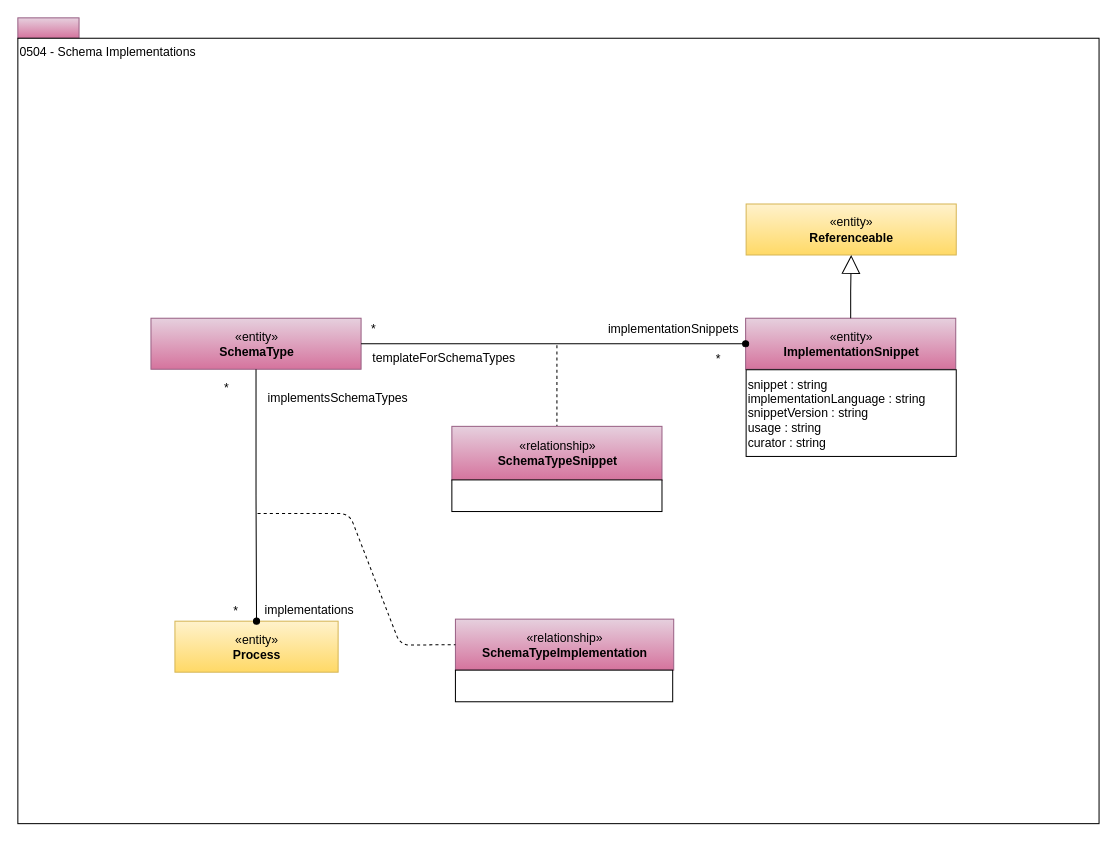
Before: page "0504-Implementation-Snippets" (4 of 34) of site/docs/types/5/area-5-models-and-schema.drawio in odpi/egeria-docs, a draw.io diagram. Source tidied: cells renumbered, new cells numbered last; positions are measured from the earlier drawing's top-left corner, leaving out a move shared by most shapes. Both pictures are drawn from the tidied source at 102%, with x=0, y=0 at pixel (17, 17).
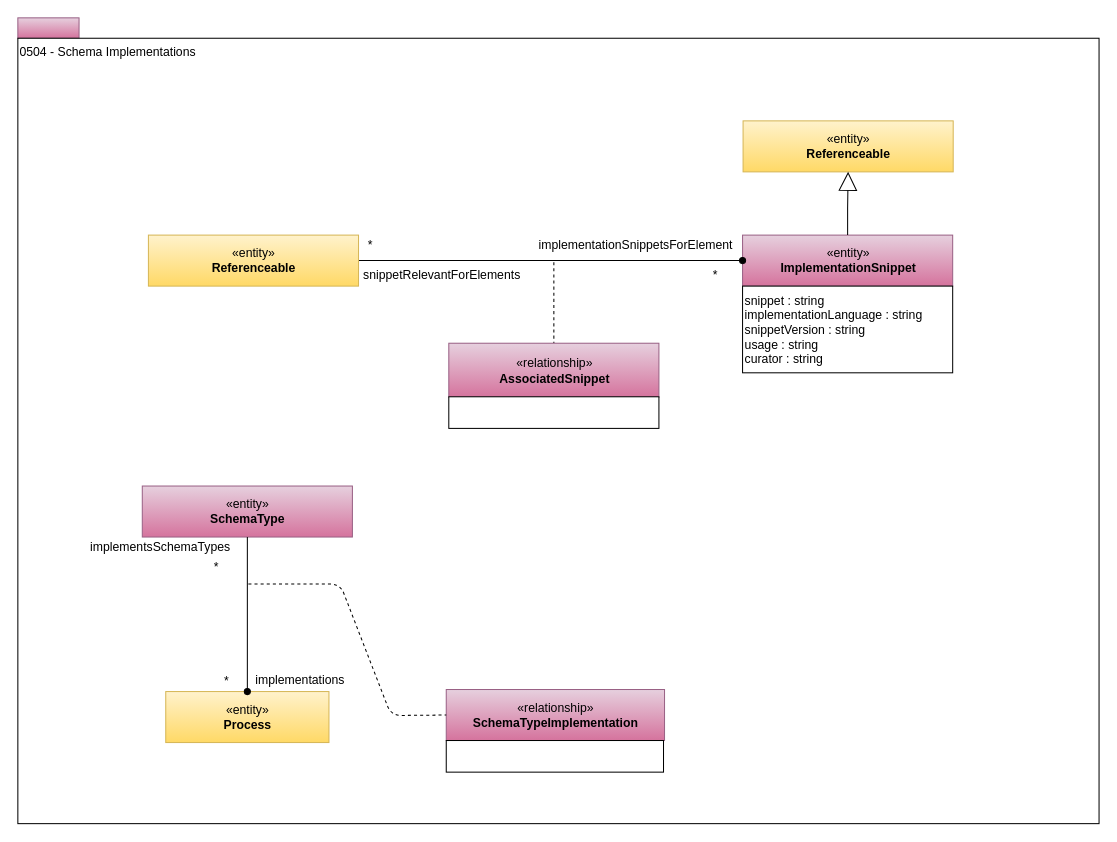
Above is the later version.

The change refers to these unchanged cells:
```xml
<mxCell id="11" style="group;" parent="1" vertex="1">
  <mxGeometry x="713.5" y="294.5" width="206.5" height="135.5" as="geometry" />
</mxCell>
```

Diff of the diagram source:
```diff
@@
     <mxCell id="4" value="«entity»&lt;br&gt;&lt;b&gt;SchemaType&lt;/b&gt;" style="html=1;strokeColor=#996185;align=center;fillColor=#e6d0de;gradientColor=#d5739d;" parent="1" vertex="1">
-      <mxGeometry x="130.5" y="294.5" width="206" height="50" as="geometry" />
+      <mxGeometry x="122" y="459" width="206" height="50" as="geometry" />
     </mxCell>
     <mxCell id="5" style="endArrow=none;dashed=1;html=1;" parent="1" edge="1" target="15">
       <mxGeometry relative="1" as="geometry">
-        <mxPoint x="528.5" y="321" as="sourcePoint" />
+        <mxPoint x="525.5" y="239.5" as="sourcePoint" />
       </mxGeometry>
     </mxCell>
     <mxCell id="6" value="*" style="text;html=1;strokeColor=none;fillColor=none;align=center;verticalAlign=middle;whiteSpace=wrap;rounded=0;" parent="1" vertex="1">
-      <mxGeometry x="328.5" y="294.5" width="40" height="20" as="geometry" />
+      <mxGeometry x="325.5" y="213" width="40" height="20" as="geometry" />
     </mxCell>
     <mxCell id="7" value="*" style="text;html=1;strokeColor=none;fillColor=none;align=center;verticalAlign=middle;whiteSpace=wrap;rounded=0;" parent="1" vertex="1">
-      <mxGeometry x="666.5" y="324.5" width="40" height="20" as="geometry" />
+      <mxGeometry x="663.5" y="243" width="40" height="20" as="geometry" />
     </mxCell>
-    <mxCell id="8" value="implementationSnippets" style="text;html=1;strokeColor=none;fillColor=none;align=center;verticalAlign=middle;whiteSpace=wrap;rounded=0;" parent="1" vertex="1">
-      <mxGeometry x="615" y="295" width="56" height="20" as="geometry" />
+    <mxCell id="8" value="implementationSnippetsForElement" style="text;html=1;strokeColor=none;fillColor=none;align=center;verticalAlign=middle;whiteSpace=wrap;rounded=0;" parent="1" vertex="1">
+      <mxGeometry x="578" y="213" width="56" height="20" as="geometry" />
     </mxCell>
-    <mxCell id="9" value="templateForSchemaTypes" style="text;html=1;strokeColor=none;fillColor=none;align=center;verticalAlign=middle;whiteSpace=wrap;rounded=0;" parent="1" vertex="1">
-      <mxGeometry x="364" y="324" width="108" height="20" as="geometry" />
+    <mxCell id="9" value="snippetRelevantForElements" style="text;html=1;strokeColor=none;fillColor=none;align=center;verticalAlign=middle;whiteSpace=wrap;rounded=0;" parent="1" vertex="1">
+      <mxGeometry x="362" y="243" width="108" height="20" as="geometry" />
     </mxCell>
     <mxCell id="10" value="«entity»&lt;br&gt;&lt;b&gt;Referenceable&lt;/b&gt;" style="html=1;strokeColor=#d6b656;align=center;fillColor=#fff2cc;gradientColor=#ffd966;" parent="1" vertex="1">
-      <mxGeometry x="714" y="182.5" width="206" height="50" as="geometry" />
+      <mxGeometry x="711" y="101" width="206" height="50" as="geometry" />
     </mxCell>
@@
     <mxCell id="12" value="«entity»&lt;br&gt;&lt;b&gt;ImplementationSnippet&lt;/b&gt;" style="html=1;strokeColor=#996185;align=center;fillColor=#e6d0de;gradientColor=#d5739d;" parent="11" vertex="1">
-      <mxGeometry width="206" height="50" as="geometry" />
+      <mxGeometry x="-3" y="-81.5" width="206" height="50" as="geometry" />
     </mxCell>
     <mxCell id="13" value="snippet : string&lt;br&gt;implementationLanguage : string&lt;br&gt;snippetVersion : string&lt;br&gt;usage : string&lt;br&gt;curator : string" style="rounded=0;whiteSpace=wrap;html=1;strokeColor=#000000;align=left;fillColor=#ffffff;" parent="11" vertex="1">
-      <mxGeometry x="0.5" y="50.5" width="206" height="85" as="geometry" />
+      <mxGeometry x="-3" y="-31.5" width="206" height="85" as="geometry" />
     </mxCell>
     <mxCell id="14" style="group;" parent="1" vertex="1">
-      <mxGeometry x="425.5" y="400.5" width="206" height="83.5" as="geometry" />
+      <mxGeometry x="422.5" y="319" width="206" height="83.5" as="geometry" />
     </mxCell>
-    <mxCell id="15" value="«relationship»&lt;br&gt;&lt;b&gt;SchemaTypeSnippet&lt;/b&gt;" style="html=1;strokeColor=#996185;align=center;fillColor=#e6d0de;gradientColor=#d5739d;" parent="14" vertex="1">
+    <mxCell id="15" value="«relationship»&lt;br&gt;&lt;b&gt;AssociatedSnippet&lt;/b&gt;" style="html=1;strokeColor=#996185;align=center;fillColor=#e6d0de;gradientColor=#d5739d;" parent="14" vertex="1">
       <mxGeometry width="206" height="53" as="geometry" />
     </mxCell>
@@
     <mxCell id="18" value="*" style="text;html=1;strokeColor=none;fillColor=none;align=center;verticalAlign=middle;whiteSpace=wrap;rounded=0;" parent="1" vertex="1">
-      <mxGeometry x="194" y="571.5" width="40" height="20" as="geometry" />
+      <mxGeometry x="185" y="640.5" width="40" height="20" as="geometry" />
     </mxCell>
     <mxCell id="19" value="implementations" style="text;html=1;strokeColor=none;fillColor=none;align=center;verticalAlign=middle;whiteSpace=wrap;rounded=0;" parent="1" vertex="1">
-      <mxGeometry x="239.5" y="570.5" width="92" height="20" as="geometry" />
+      <mxGeometry x="230.5" y="639.5" width="92" height="20" as="geometry" />
     </mxCell>
     <mxCell id="20" value="implementsSchemaTypes" style="text;html=1;strokeColor=none;fillColor=none;align=center;verticalAlign=middle;whiteSpace=wrap;rounded=0;" parent="1" vertex="1">
-      <mxGeometry x="285" y="362.5" width="58" height="20" as="geometry" />
+      <mxGeometry x="111" y="509" width="58" height="20" as="geometry" />
     </mxCell>
     <mxCell id="21" value="«relationship»&lt;br&gt;&lt;b&gt;SchemaTypeImplementation&lt;/b&gt;" style="html=1;strokeColor=#996185;align=center;fillColor=#e6d0de;gradientColor=#d5739d;" parent="1" vertex="1">
-      <mxGeometry x="429" y="589.5" width="214" height="50" as="geometry" />
+      <mxGeometry x="420" y="658.5" width="214" height="50" as="geometry" />
     </mxCell>
     <mxCell id="22" style="endArrow=none;dashed=1;html=1;entryX=0;entryY=0.5;entryDx=0;entryDy=0;" parent="1" edge="1" target="21">
       <mxGeometry relative="1" as="geometry">
-        <mxPoint x="235" y="486" as="sourcePoint" />
+        <mxPoint x="226" y="555" as="sourcePoint" />
         <Array as="points">
-          <mxPoint x="325" y="486" />
-          <mxPoint x="375" y="615" />
+          <mxPoint x="316" y="555" />
+          <mxPoint x="366" y="684" />
         </Array>
       </mxGeometry>
     </mxCell>
     <mxCell id="23" value="&lt;div style=&quot;text-align: left&quot;&gt;&lt;br&gt;&lt;/div&gt;" style="rounded=0;whiteSpace=wrap;html=1;strokeColor=#000000;gradientColor=#ffffff;align=left;" parent="1" vertex="1">
-      <mxGeometry x="429" y="639.5" width="213" height="31" as="geometry" />
+      <mxGeometry x="420" y="708.5" width="213" height="31" as="geometry" />
     </mxCell>
     <mxCell id="24" value="*" style="text;html=1;strokeColor=none;fillColor=none;align=center;verticalAlign=middle;whiteSpace=wrap;rounded=0;" parent="1" vertex="1">
-      <mxGeometry x="185" y="352.5" width="40" height="20" as="geometry" />
+      <mxGeometry x="175" y="529" width="40" height="20" as="geometry" />
     </mxCell>
     <mxCell id="25" value="«entity»&lt;br&gt;&lt;b&gt;Process&lt;/b&gt;" style="html=1;strokeColor=#d6b656;align=center;fillColor=#fff2cc;gradientColor=#ffd966;" parent="1" vertex="1">
-      <mxGeometry x="154" y="591.5" width="160" height="50" as="geometry" />
+      <mxGeometry x="145" y="660.5" width="160" height="50" as="geometry" />
     </mxCell>
-    <mxCell id="26" style="endArrow=oval;html=1;entryX=0;entryY=0.5;exitX=1;exitY=0.5;endFill=1;" parent="1" edge="1" source="4" target="12">
+    <mxCell id="26" style="endArrow=oval;html=1;entryX=0;entryY=0.5;exitX=1;exitY=0.5;endFill=1;exitDx=0;exitDy=0;" parent="1" edge="1" source="28" target="12">
       <mxGeometry relative="1" as="geometry" />
     </mxCell>
@@
+    <mxCell id="28" value="«entity»&lt;br&gt;&lt;b&gt;Referenceable&lt;/b&gt;" style="html=1;strokeColor=#d6b656;align=center;fillColor=#fff2cc;gradientColor=#ffd966;" parent="1" vertex="1">
+      <mxGeometry x="128" y="213" width="206" height="50" as="geometry" />
+    </mxCell>
```
